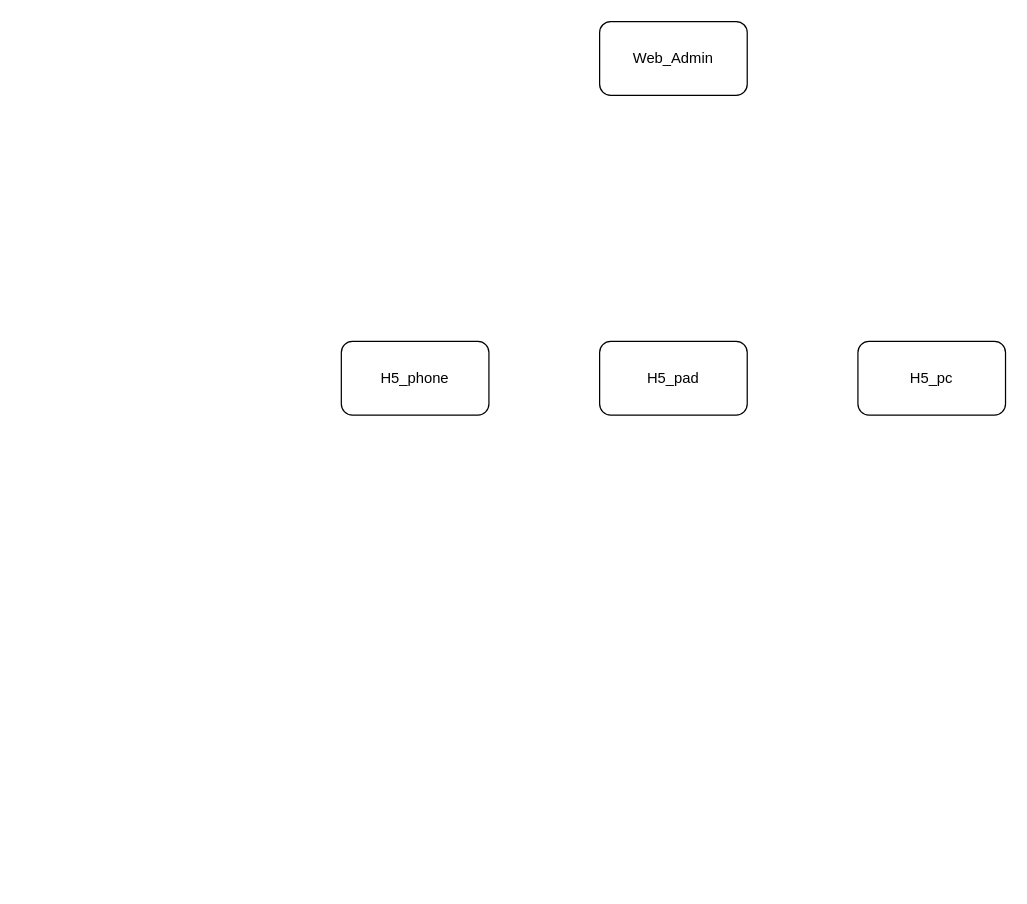
Earlier version of the draw.io diagram page "Page-1" (1 of 2) of hilive/hilive_SA.drawio (sigurd0414/project). Source tidied: cells renumbered, new cells numbered last; positions are measured from the earlier drawing's top-left corner, leaving out a move shared by most shapes. Both pictures are drawn from the tidied source at 123%, with x=0, y=0 at pixel (341, 21).
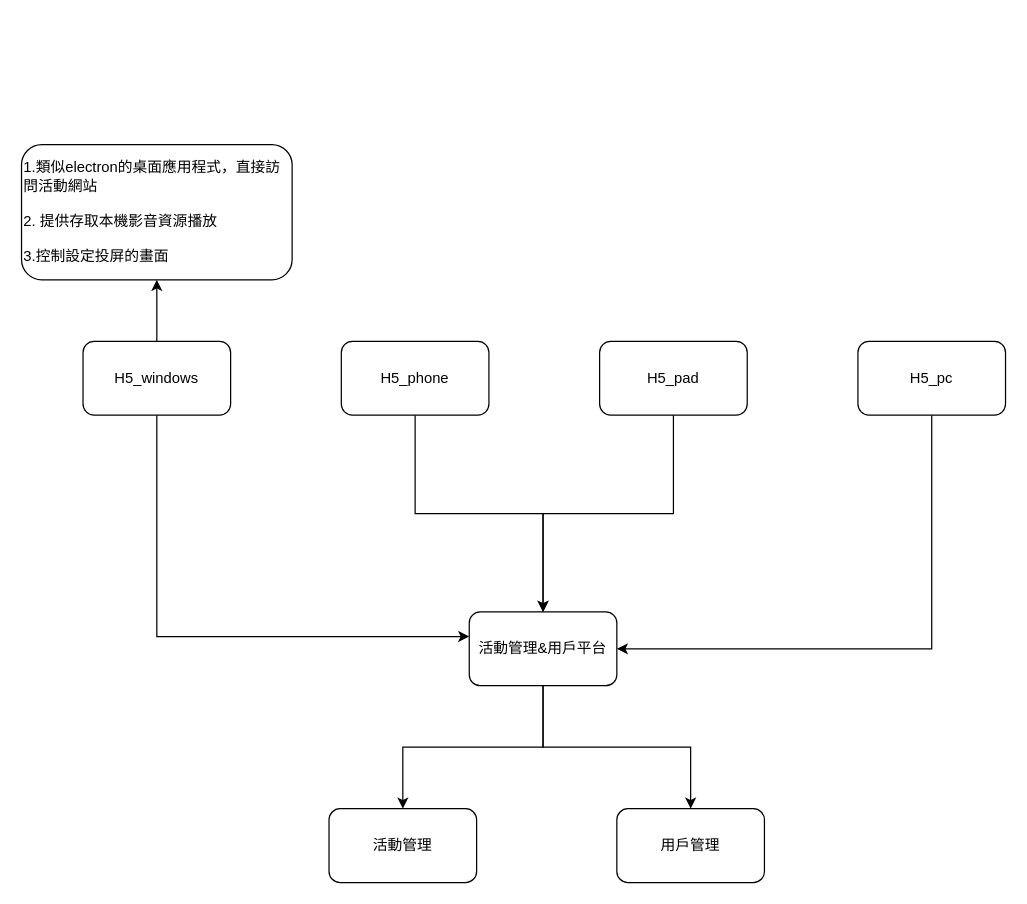
The same page after the edit.

Change to the diagram source:
```diff
@@
 <mxGraphModel>
   <root>
     <mxCell id="0" />
     <mxCell id="1" parent="0" />
-    <mxCell id="2" value="Web_Admin" style="rounded=1;whiteSpace=wrap;html=1;" parent="1" vertex="1">
-      <mxGeometry x="210" width="120" height="60" as="geometry" />
-    </mxCell>
+    <mxCell id="6" style="edgeStyle=orthogonalEdgeStyle;rounded=0;jettySize=auto;html=1;entryX=0.5;entryY=0;entryDx=0;entryDy=0;" parent="1" edge="1" source="3" target="15">
+      <mxGeometry relative="1" as="geometry" />
+    </mxCell>
     <mxCell id="3" value="H5_phone" style="rounded=1;whiteSpace=wrap;html=1;" parent="1" vertex="1">
       <mxGeometry y="260" width="120" height="60" as="geometry" />
     </mxCell>
+    <mxCell id="7" style="edgeStyle=orthogonalEdgeStyle;rounded=0;jettySize=auto;html=1;entryX=0.5;entryY=0;entryDx=0;entryDy=0;" parent="1" edge="1" source="4" target="15">
+      <mxGeometry relative="1" as="geometry" />
+    </mxCell>
     <mxCell id="4" value="H5_pad" style="rounded=1;whiteSpace=wrap;html=1;" parent="1" vertex="1">
       <mxGeometry x="210" y="260" width="120" height="60" as="geometry" />
     </mxCell>
+    <mxCell id="8" style="edgeStyle=orthogonalEdgeStyle;rounded=0;jettySize=auto;html=1;entryX=1;entryY=0.5;entryDx=0;entryDy=0;" parent="1" edge="1" source="5" target="15">
+      <mxGeometry relative="1" as="geometry">
+        <Array as="points">
+          <mxPoint x="480" y="510" />
+        </Array>
+      </mxGeometry>
+    </mxCell>
     <mxCell id="5" value="H5_pc" style="rounded=1;whiteSpace=wrap;html=1;" parent="1" vertex="1">
       <mxGeometry x="420" y="260" width="120" height="60" as="geometry" />
     </mxCell>
+    <mxCell id="9" style="edgeStyle=orthogonalEdgeStyle;rounded=0;jettySize=auto;html=1;" parent="1" edge="1" source="11" target="12">
+      <mxGeometry relative="1" as="geometry" />
+    </mxCell>
+    <mxCell id="10" style="edgeStyle=orthogonalEdgeStyle;rounded=0;jettySize=auto;html=1;" parent="1" edge="1" source="11" target="15">
+      <mxGeometry relative="1" as="geometry">
+        <Array as="points">
+          <mxPoint x="-150" y="500" />
+        </Array>
+      </mxGeometry>
+    </mxCell>
+    <mxCell id="11" value="H5_windows" style="rounded=1;whiteSpace=wrap;html=1;" parent="1" vertex="1">
+      <mxGeometry x="-210" y="260" width="120" height="60" as="geometry" />
+    </mxCell>
+    <mxCell id="12" value="1.類似electron的桌面應用程式，直接訪問活動網站&lt;br&gt;&lt;br&gt;2. 提供存取本機影音資源播放&lt;br&gt;&lt;br&gt;3.控制設定投屏的畫面" style="rounded=1;whiteSpace=wrap;html=1;align=left;" parent="1" vertex="1">
+      <mxGeometry x="-260" y="100" width="220" height="110" as="geometry" />
+    </mxCell>
+    <mxCell id="13" style="edgeStyle=orthogonalEdgeStyle;rounded=0;jettySize=auto;html=1;" parent="1" edge="1" source="15" target="16">
+      <mxGeometry relative="1" as="geometry" />
+    </mxCell>
+    <mxCell id="14" style="edgeStyle=orthogonalEdgeStyle;rounded=0;jettySize=auto;html=1;entryX=0.5;entryY=0;entryDx=0;entryDy=0;" parent="1" edge="1" source="15" target="17">
+      <mxGeometry relative="1" as="geometry" />
+    </mxCell>
+    <mxCell id="15" value="活動管理&amp;amp;用戶平台" style="whiteSpace=wrap;html=1;rounded=1;" parent="1" vertex="1">
+      <mxGeometry x="104" y="480" width="120" height="60" as="geometry" />
+    </mxCell>
+    <mxCell id="16" value="活動管理" style="whiteSpace=wrap;html=1;rounded=1;" parent="1" vertex="1">
+      <mxGeometry x="-10" y="640" width="120" height="60" as="geometry" />
+    </mxCell>
+    <mxCell id="17" value="用戶管理" style="whiteSpace=wrap;html=1;rounded=1;" parent="1" vertex="1">
+      <mxGeometry x="224" y="640" width="120" height="60" as="geometry" />
+    </mxCell>
   </root>
 </mxGraphModel>
```
